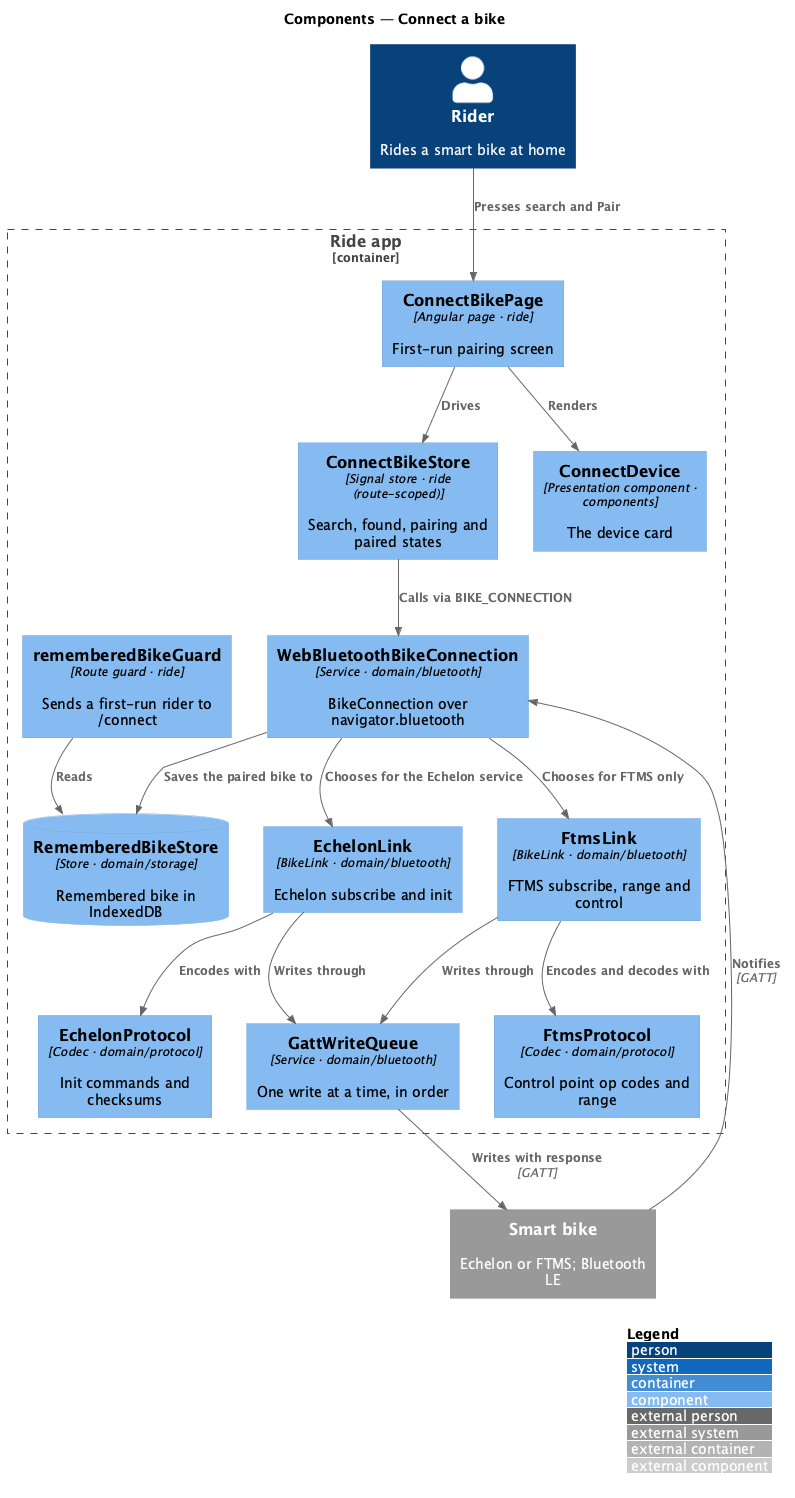
The PlantUML diagram docs/detailed-designs/bike/connect-a-bike/diagrams/c4-component.png in QuinntyneBrown/ride-one, before a commit.
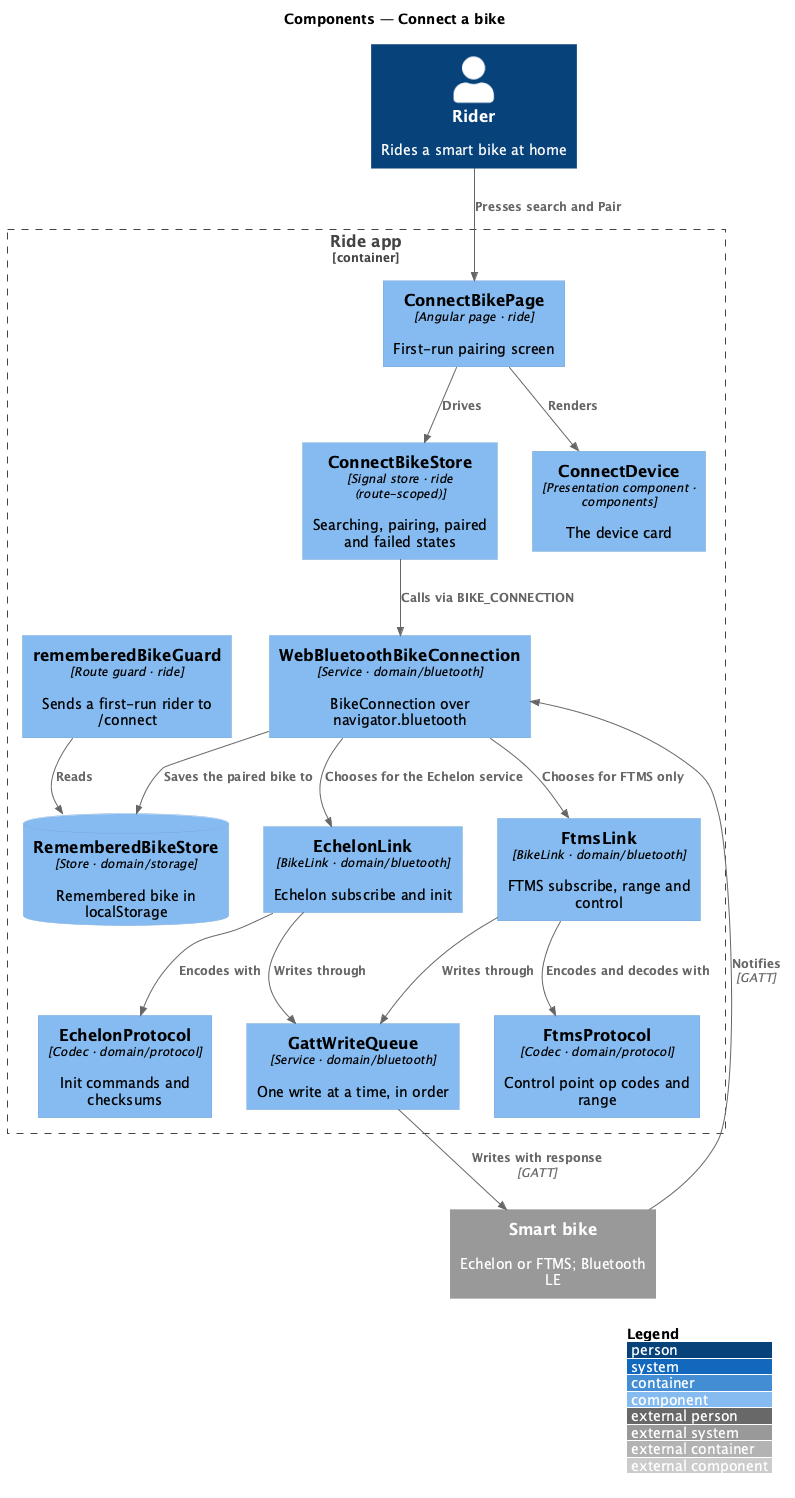
Above is the later version.

The edit, as a diff of the source:
```diff
@@ -7,7 +7,7 @@
 Container_Boundary(app, "Ride app") {
   Component(guard, "rememberedBikeGuard", "Route guard · ride", "Sends a first-run rider to /connect")
   Component(page, "ConnectBikePage", "Angular page · ride", "First-run pairing screen")
-  Component(store, "ConnectBikeStore", "Signal store · ride (route-scoped)", "Search, found, pairing and paired states")
+  Component(store, "ConnectBikeStore", "Signal store · ride (route-scoped)", "Searching, pairing, paired and failed states")
   Component(device, "ConnectDevice", "Presentation component · components", "The device card")
   Component(conn, "WebBluetoothBikeConnection", "Service · domain/bluetooth", "BikeConnection over navigator.bluetooth")
   Component(echelon, "EchelonLink", "BikeLink · domain/bluetooth", "Echelon subscribe and init")
@@ -15,7 +15,7 @@
   Component(queue, "GattWriteQueue", "Service · domain/bluetooth", "One write at a time, in order")
   Component(eproto, "EchelonProtocol", "Codec · domain/protocol", "Init commands and checksums")
   Component(fproto, "FtmsProtocol", "Codec · domain/protocol", "Control point op codes and range")
-  ComponentDb(remembered, "RememberedBikeStore", "Store · domain/storage", "Remembered bike in IndexedDB")
+  ComponentDb(remembered, "RememberedBikeStore", "Store · domain/storage", "Remembered bike in localStorage")
 }
 Rel(rider, page, "Presses search and Pair")
 Rel(guard, remembered, "Reads")
```
